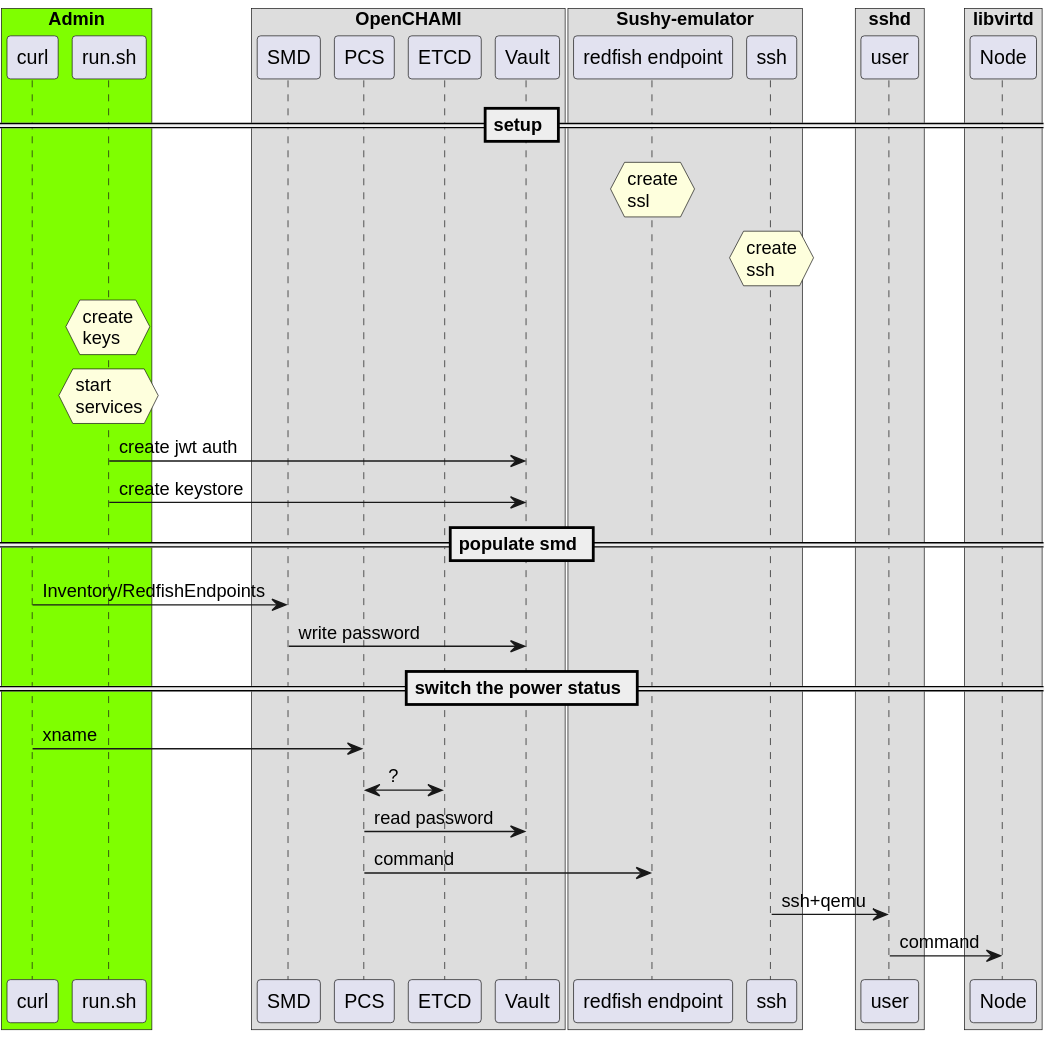
This is quickstart/assets/sequence-openchami-testing-environment.svg from OpenCHAMI/deployment-recipes, a PlantUML export, as it was before one commit. Its source is kept beside it as quickstart/assets/sequence-openchami-testing-environment.plantuml. Source of this version:
```plantuml
@startuml

Box "Admin" #chartreuse
participant curl
participant run as "run.sh"
end box

Box "OpenCHAMI"
participant smd as "SMD"
participant pcs as "PCS"
participant etcd as "ETCD"
participant vault as "Vault"
end box

Box "Sushy-emulator"
participant sushy_emulator_rfe as "redfish endpoint"
participant sushy_emulator_ssh as "ssh"
end box

Box "sshd"
participant user
end box

Box "libvirtd"
participant virtual_node as "Node"
end box

== setup ==

hnote over sushy_emulator_rfe : create\nssl
hnote over sushy_emulator_ssh : create\nssh

hnote over run : create\nkeys
hnote over run : start\nservices

run -> vault : create jwt auth
run -> vault : create keystore

== populate smd ==

curl -> smd : Inventory/RedfishEndpoints
smd -> vault : write password

== switch the power status ==

curl -> pcs : xname
pcs <-> etcd : ?
pcs -> vault : read password
pcs -> sushy_emulator_rfe : command
sushy_emulator_ssh -> user : ssh+qemu
user -> virtual_node : command

@enduml
```
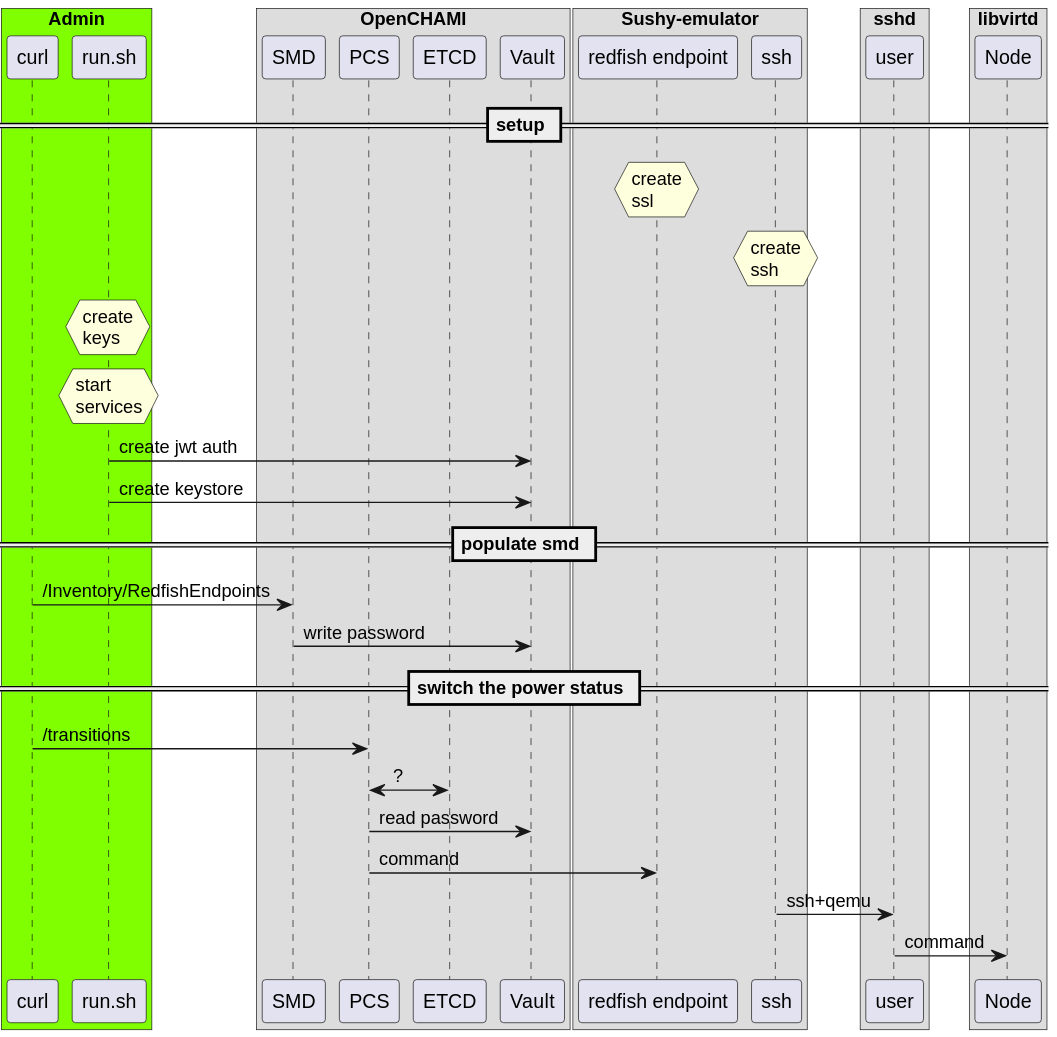
After the change.

Diff of the diagram source:
```diff
@@ -38,12 +38,12 @@
 
 == populate smd ==
 
-curl -> smd : Inventory/RedfishEndpoints
+curl -> smd : /Inventory/RedfishEndpoints
 smd -> vault : write password
 
 == switch the power status ==
 
-curl -> pcs : xname
+curl -> pcs : /transitions
 pcs <-> etcd : ?
 pcs -> vault : read password
 pcs -> sushy_emulator_rfe : command
```
